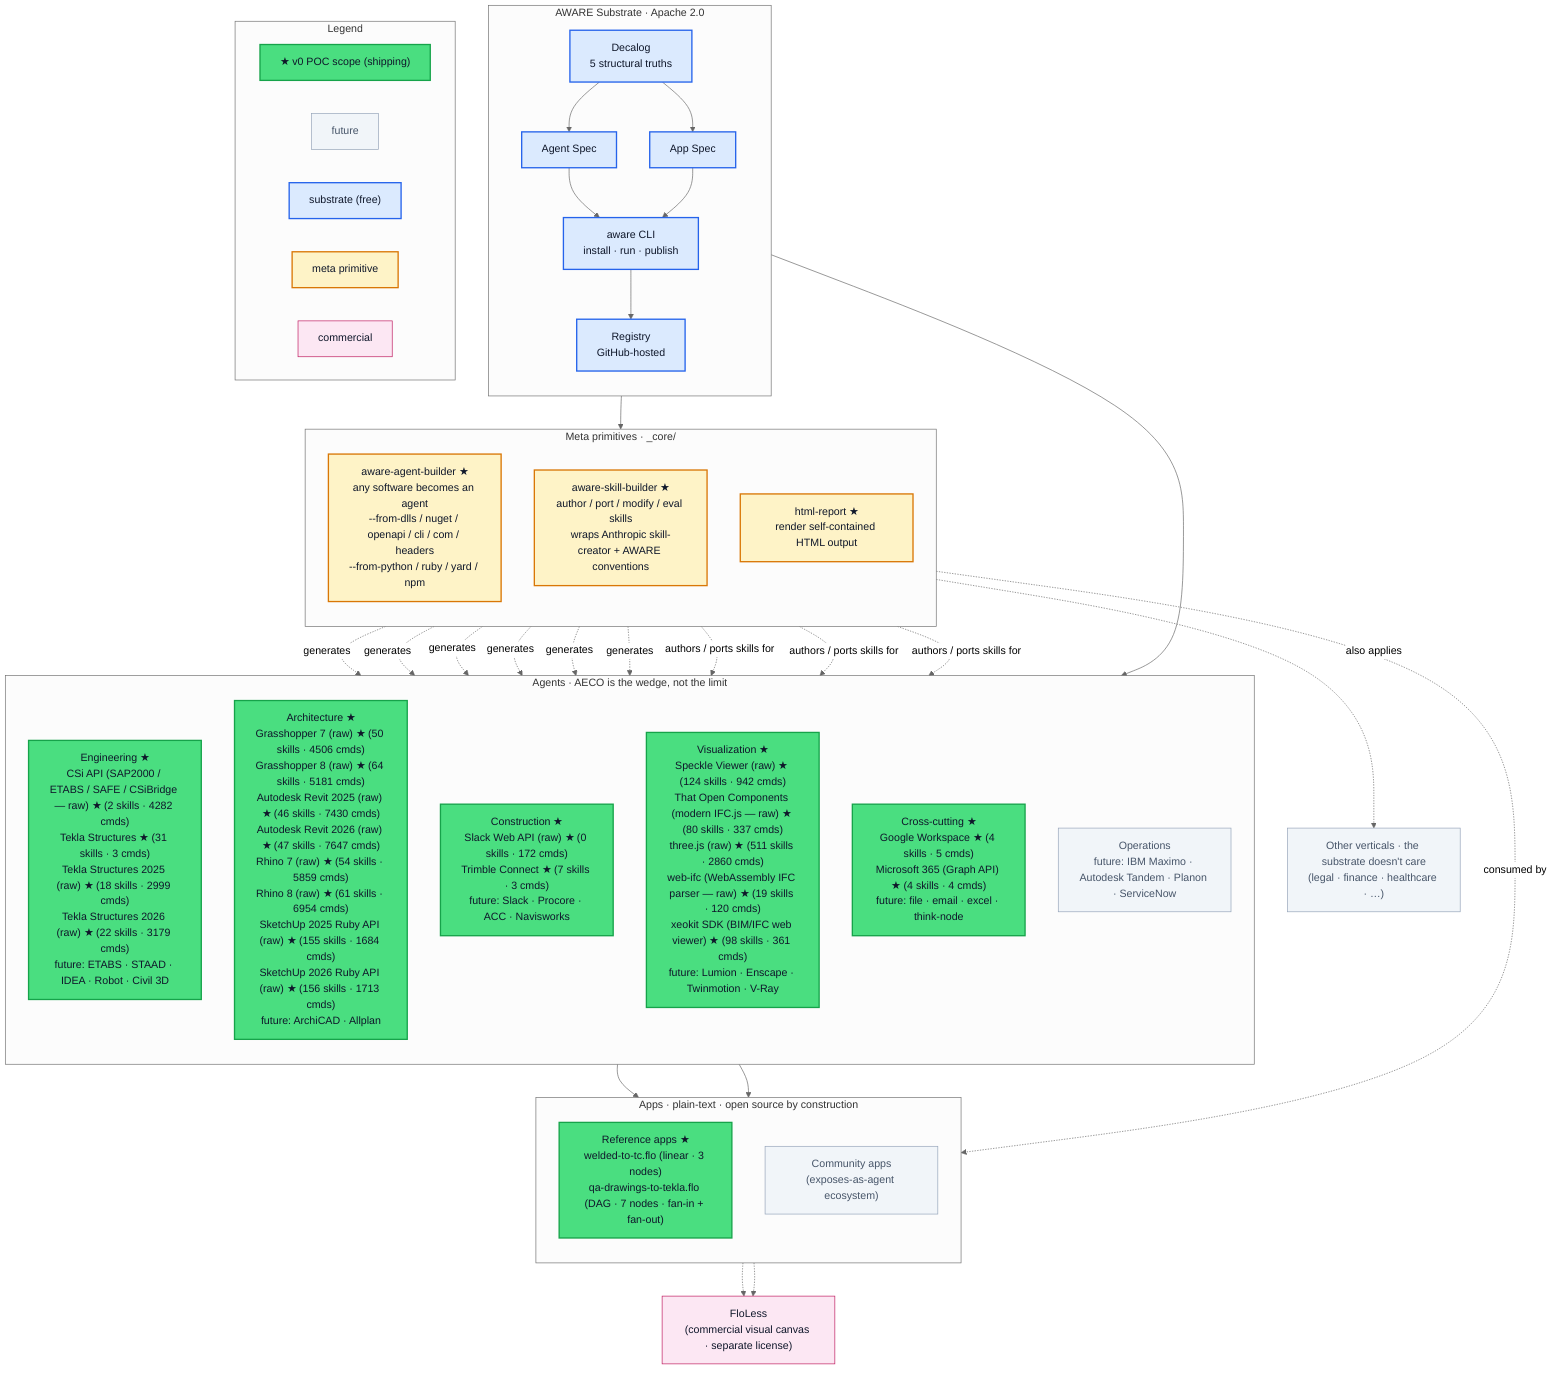
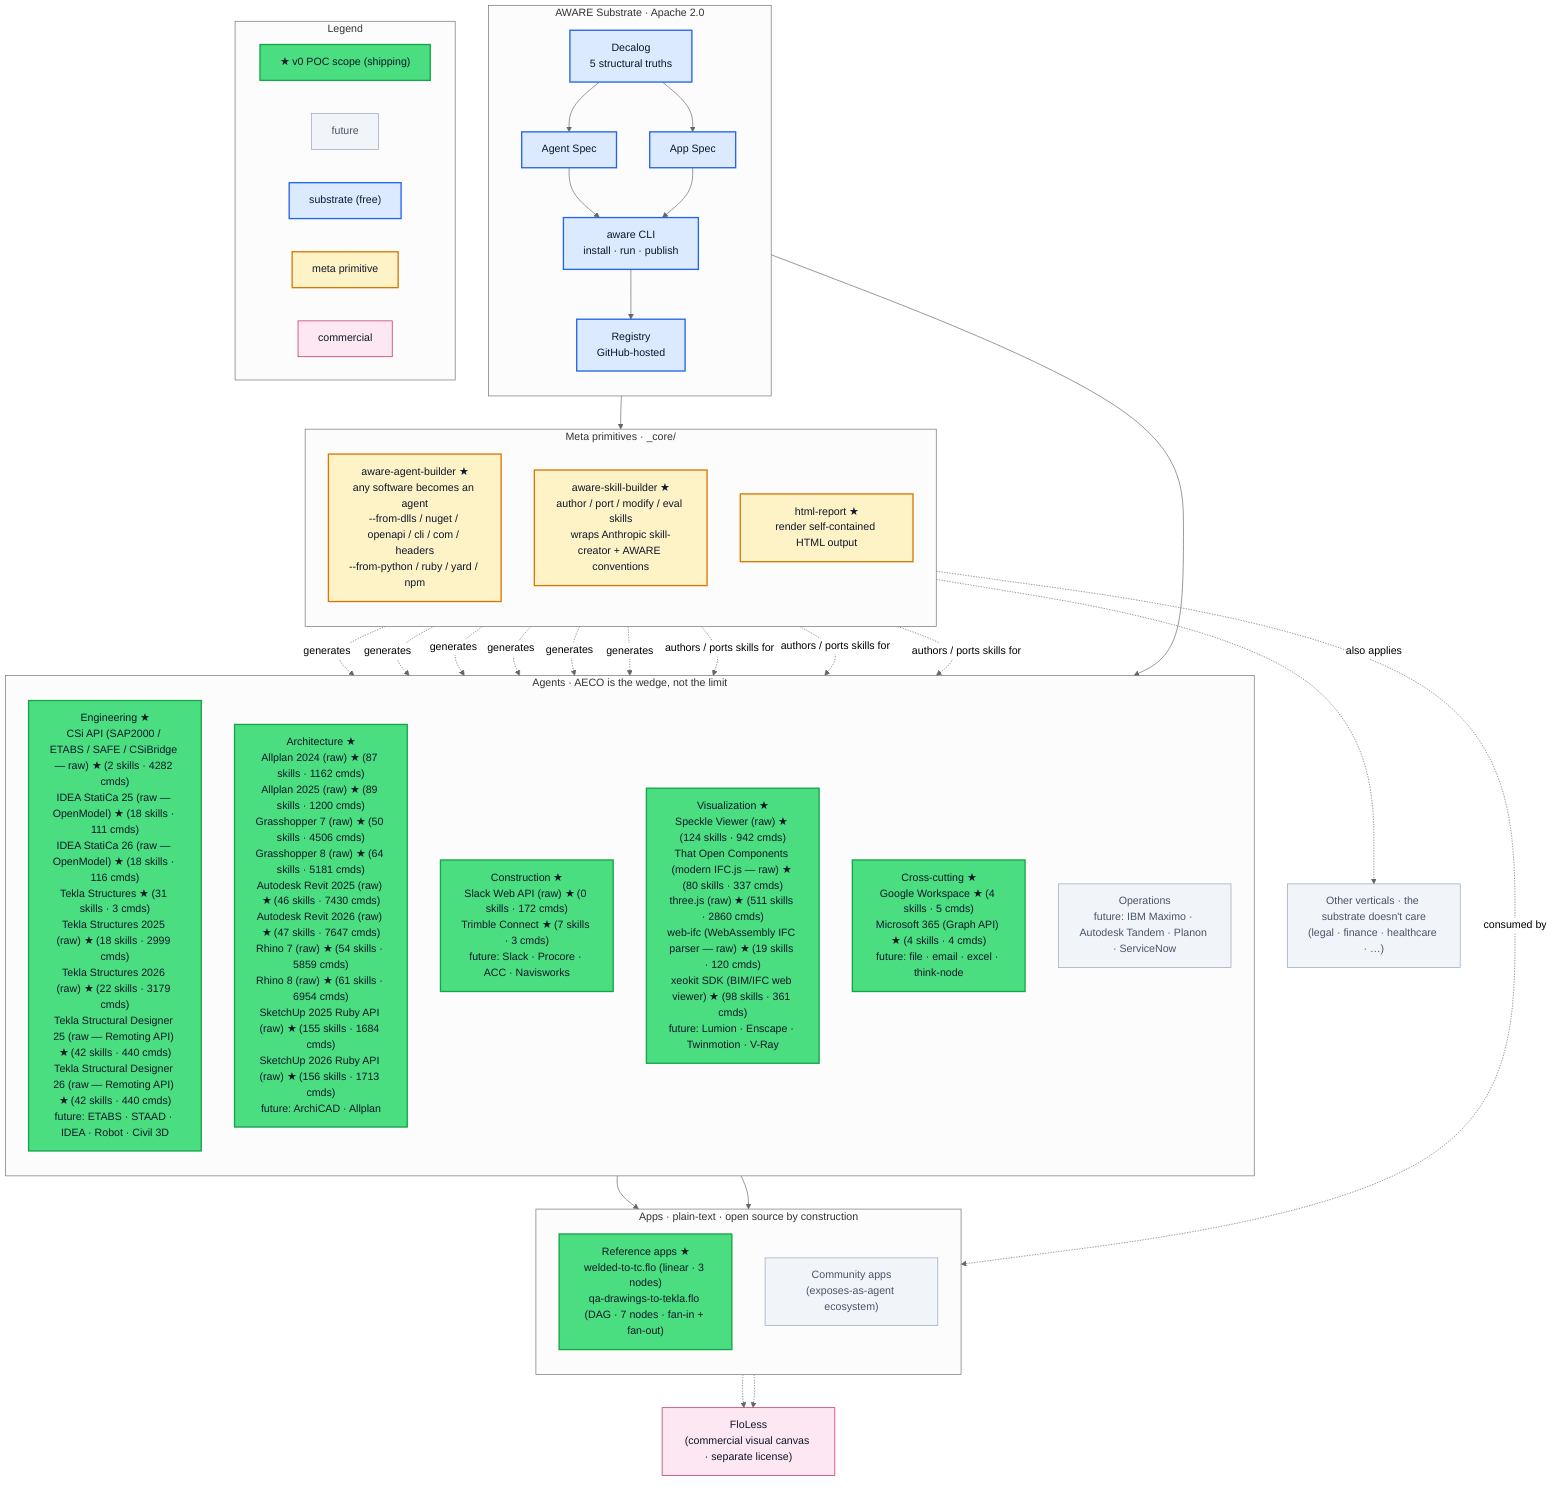
%%{init: {'theme':'neutral'}}%%
graph TB

  %% =========================================================
  %% Style classes
  %% =========================================================
  classDef poc        fill:#4ade80,stroke:#16a34a,color:#0f172a,stroke-width:2px
  classDef future     fill:#f1f5f9,stroke:#94a3b8,color:#475569
  classDef substrate  fill:#dbeafe,stroke:#2563eb,color:#0f172a,stroke-width:2px
  classDef meta       fill:#fef3c7,stroke:#d97706,color:#0f172a,stroke-width:2px
  classDef app        fill:#e0e7ff,stroke:#6366f1,color:#0f172a
  classDef commercial fill:#fce7f3,stroke:#be185d,color:#0f172a

  %% =========================================================
  %% Substrate · Apache 2.0
  %% =========================================================
  subgraph SUB["AWARE Substrate · Apache 2.0"]
    direction TB
    Decalog["Decalog<br/>5 structural truths"]:::substrate
    AgentSpec["Agent Spec"]:::substrate
    AppSpec["App Spec"]:::substrate
    CLI["aware CLI<br/>install · run · publish"]:::substrate
    Registry["Registry<br/>GitHub-hosted"]:::substrate

    Decalog --> AgentSpec
    Decalog --> AppSpec
    AgentSpec --> CLI
    AppSpec --> CLI
    CLI --> Registry
  end

  %% =========================================================
  %% Meta primitives — under _core/
  %% =========================================================
  subgraph META["Meta primitives · _core/"]
    direction TB
    Builder["aware-agent-builder ★<br/>any software becomes an agent<br/>--from-dlls / nuget / openapi / cli / com / headers<br/>--from-python / ruby / yard / npm"]:::meta
    SkillBuilder["aware-skill-builder ★<br/>author / port / modify / eval skills<br/>wraps Anthropic skill-creator + AWARE conventions"]:::meta
    HtmlReport["html-report ★<br/>render self-contained HTML output"]:::meta
  end

  %% =========================================================
  %% Agents · AECO (the wedge)
  %% =========================================================
  subgraph AGENTS["Agents · AECO is the wedge, not the limit"]
    direction TB

    %% AWARE-AUTOGEN-AGENTS-BEGIN (regenerated by `aware diagram regenerate --in-place 40-diagrams/aware-master.mmd`)
-     Eng["Engineering ★<br/>CSi API (SAP2000 / ETABS / SAFE / CSiBridge — raw) ★ (2 skills · 4282 cmds)<br/>Tekla Structures ★ (31 skills · 3 cmds)<br/>Tekla Structures 2025 (raw) ★ (18 skills · 2999 cmds)<br/>Tekla Structures 2026 (raw) ★ (22 skills · 3179 cmds)<br/>future: ETABS · STAAD · IDEA · Robot · Civil 3D"]:::poc
-     Arch["Architecture ★<br/>Grasshopper 7 (raw) ★ (50 skills · 4506 cmds)<br/>Grasshopper 8 (raw) ★ (64 skills · 5181 cmds)<br/>Autodesk Revit 2025 (raw) ★ (46 skills · 7430 cmds)<br/>Autodesk Revit 2026 (raw) ★ (47 skills · 7647 cmds)<br/>Rhino 7 (raw) ★ (54 skills · 5859 cmds)<br/>Rhino 8 (raw) ★ (61 skills · 6954 cmds)<br/>SketchUp 2025 Ruby API (raw) ★ (155 skills · 1684 cmds)<br/>SketchUp 2026 Ruby API (raw) ★ (156 skills · 1713 cmds)<br/>future: ArchiCAD · Allplan"]:::poc
+     Eng["Engineering ★<br/>CSi API (SAP2000 / ETABS / SAFE / CSiBridge — raw) ★ (2 skills · 4282 cmds)<br/>IDEA StatiCa 25 (raw — OpenModel) ★ (18 skills · 111 cmds)<br/>IDEA StatiCa 26 (raw — OpenModel) ★ (18 skills · 116 cmds)<br/>Tekla Structures ★ (31 skills · 3 cmds)<br/>Tekla Structures 2025 (raw) ★ (18 skills · 2999 cmds)<br/>Tekla Structures 2026 (raw) ★ (22 skills · 3179 cmds)<br/>Tekla Structural Designer 25 (raw — Remoting API) ★ (42 skills · 440 cmds)<br/>Tekla Structural Designer 26 (raw — Remoting API) ★ (42 skills · 440 cmds)<br/>future: ETABS · STAAD · IDEA · Robot · Civil 3D"]:::poc
+     Arch["Architecture ★<br/>Allplan 2024 (raw) ★ (87 skills · 1162 cmds)<br/>Allplan 2025 (raw) ★ (89 skills · 1200 cmds)<br/>Grasshopper 7 (raw) ★ (50 skills · 4506 cmds)<br/>Grasshopper 8 (raw) ★ (64 skills · 5181 cmds)<br/>Autodesk Revit 2025 (raw) ★ (46 skills · 7430 cmds)<br/>Autodesk Revit 2026 (raw) ★ (47 skills · 7647 cmds)<br/>Rhino 7 (raw) ★ (54 skills · 5859 cmds)<br/>Rhino 8 (raw) ★ (61 skills · 6954 cmds)<br/>SketchUp 2025 Ruby API (raw) ★ (155 skills · 1684 cmds)<br/>SketchUp 2026 Ruby API (raw) ★ (156 skills · 1713 cmds)<br/>future: ArchiCAD · Allplan"]:::poc
    Cons["Construction ★<br/>Slack Web API (raw) ★ (0 skills · 172 cmds)<br/>Trimble Connect ★ (7 skills · 3 cmds)<br/>future: Slack · Procore · ACC · Navisworks"]:::poc
    Viz["Visualization ★<br/>Speckle Viewer (raw) ★ (124 skills · 942 cmds)<br/>That Open Components (modern IFC.js — raw) ★ (80 skills · 337 cmds)<br/>three.js (raw) ★ (511 skills · 2860 cmds)<br/>web-ifc (WebAssembly IFC parser — raw) ★ (19 skills · 120 cmds)<br/>xeokit SDK (BIM/IFC web viewer) ★ (98 skills · 361 cmds)<br/>future: Lumion · Enscape · Twinmotion · V-Ray"]:::poc
    Cross["Cross-cutting ★<br/>Google Workspace ★ (4 skills · 5 cmds)<br/>Microsoft 365 (Graph API) ★ (4 skills · 4 cmds)<br/>future: file · email · excel · think-node"]:::poc
    Ops["Operations<br/>future: IBM Maximo · Autodesk Tandem · Planon · ServiceNow"]:::future
%% AWARE-AUTOGEN-AGENTS-END
  end

  Other["Other verticals · the substrate doesn't care<br/>(legal · finance · healthcare · …)"]:::future

  %% =========================================================
  %% Apps · plain-text compositions
  %% =========================================================
  subgraph APPS["Apps · plain-text · open source by construction"]
    direction TB
    Refs["Reference apps ★<br/>welded-to-tc.flo (linear · 3 nodes)<br/>qa-drawings-to-tekla.flo (DAG · 7 nodes · fan-in + fan-out)"]:::poc
    Community["Community apps<br/>(exposes-as-agent ecosystem)"]:::future
  end

  %% =========================================================
  %% Commercial layer
  %% =========================================================
  FloLess["FloLess<br/>(commercial visual canvas · separate license)"]:::commercial

  %% =========================================================
  %% Wiring
  %% =========================================================
  Registry --> META
  Registry --> AGENTS

  Builder -. generates .-> Eng
  Builder -. generates .-> Cons
  Builder -. generates .-> Cross
  Builder -. generates .-> Arch
  Builder -. generates .-> Viz
  Builder -. generates .-> Ops
  Builder -. also applies .-> Other

  SkillBuilder -. authors / ports skills for .-> Eng
  SkillBuilder -. authors / ports skills for .-> Cons
  SkillBuilder -. authors / ports skills for .-> Cross

  AGENTS --> Refs
  AGENTS --> Community
  HtmlReport -. consumed by .-> Refs

  Refs -.-> FloLess
  Community -.-> FloLess

  %% =========================================================
  %% Legend
  %% =========================================================
  subgraph LEGEND["Legend"]
    direction LR
    LegPoc["★ v0 POC scope (shipping)"]:::poc
    LegFut["future"]:::future
    LegSub["substrate (free)"]:::substrate
    LegMeta["meta primitive"]:::meta
    LegComm["commercial"]:::commercial
  end
